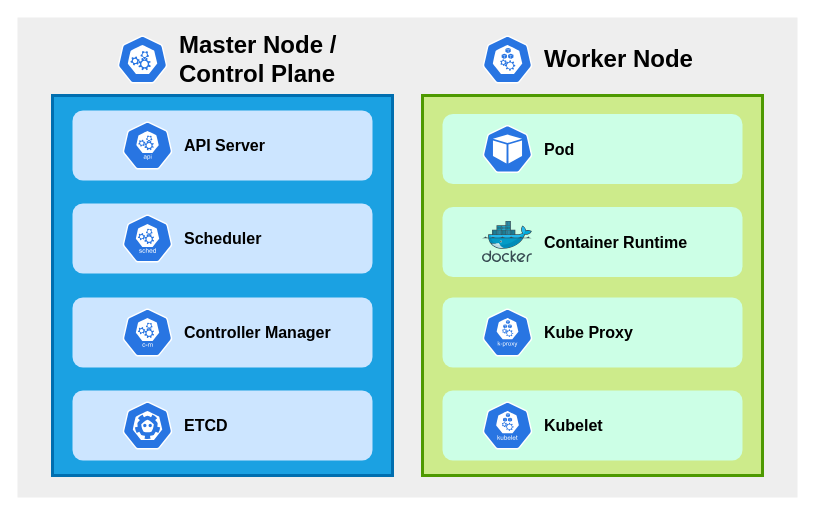
Earlier version of the draw.io diagram page "Basic Architecture" (1 of 2) of docs/03-containerization/03-k8s-for-dummies/01-k8s-architecture/k8s-architecture.drawio (Ouch1978/ouch1978.github.io). Source tidied: cells renumbered, new cells numbered last; positions are measured from the earlier drawing's top-left corner, leaving out a move shared by most shapes. Both pictures are drawn from the tidied source at 100%, with x=0, y=0 at pixel (17, 17).
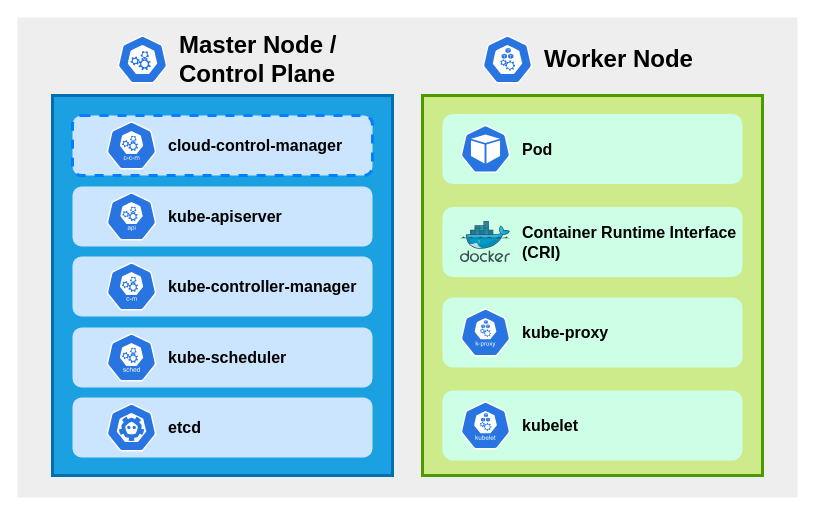
Above is the later version.

Diff of the diagram source:
```diff
@@
-    <mxCell id="7" style="rounded=1;whiteSpace=wrap;html=1;strokeWidth=3;fontFamily=Tahoma;fontSize=16;fontColor=#FFFFFF;fillColor=#CCE5FF;strokeColor=none;" parent="1" vertex="1">
-      <mxGeometry x="55" y="373" width="300" height="70" as="geometry" />
-    </mxCell>
-    <mxCell id="8" style="rounded=1;whiteSpace=wrap;html=1;strokeWidth=3;fontFamily=Tahoma;fontSize=16;fontColor=#FFFFFF;fillColor=#CCE5FF;strokeColor=none;" parent="1" vertex="1">
-      <mxGeometry x="55" y="280" width="300" height="70" as="geometry" />
-    </mxCell>
-    <mxCell id="9" style="rounded=1;whiteSpace=wrap;html=1;strokeWidth=3;fontFamily=Tahoma;fontSize=16;fontColor=#FFFFFF;fillColor=#CCE5FF;strokeColor=none;" parent="1" vertex="1">
-      <mxGeometry x="55" y="186" width="300" height="70" as="geometry" />
-    </mxCell>
-    <mxCell id="10" style="rounded=1;whiteSpace=wrap;html=1;strokeWidth=3;fontFamily=Tahoma;fontSize=16;fontColor=#FFFFFF;fillColor=#CCE5FF;strokeColor=none;" parent="1" vertex="1">
-      <mxGeometry x="55" y="93" width="300" height="70" as="geometry" />
-    </mxCell>
-    <mxCell id="11" value="API Server" style="html=1;dashed=0;whitespace=wrap;fillColor=#2875E2;strokeColor=#ffffff;verticalLabelPosition=middle;align=left;verticalAlign=middle;shape=mxgraph.kubernetes.icon;prIcon=api;fontSize=16;fontStyle=1;labelPosition=right;spacingLeft=10;" parent="1" vertex="1">
-      <mxGeometry x="105" y="104" width="50" height="48" as="geometry" />
-    </mxCell>
-    <mxCell id="12" value="ETCD" style="html=1;dashed=0;whitespace=wrap;fillColor=#2875E2;strokeColor=#ffffff;verticalLabelPosition=middle;align=left;verticalAlign=middle;shape=mxgraph.kubernetes.icon;prIcon=etcd;fontSize=16;fontStyle=1;labelPosition=right;spacingLeft=10;" parent="1" vertex="1">
-      <mxGeometry x="105" y="384" width="50" height="48" as="geometry" />
-    </mxCell>
-    <mxCell id="13" value="Scheduler" style="html=1;dashed=0;whitespace=wrap;fillColor=#2875E2;strokeColor=#ffffff;verticalLabelPosition=middle;align=left;verticalAlign=middle;shape=mxgraph.kubernetes.icon;prIcon=sched;fontSize=16;fontStyle=1;labelPosition=right;spacingLeft=10;" parent="1" vertex="1">
-      <mxGeometry x="105" y="197" width="50" height="48" as="geometry" />
-    </mxCell>
-    <mxCell id="14" value="Controller Manager" style="html=1;dashed=0;whitespace=wrap;fillColor=#2875E2;strokeColor=#ffffff;verticalLabelPosition=middle;align=left;verticalAlign=middle;shape=mxgraph.kubernetes.icon;prIcon=c_m;fontSize=16;fontStyle=1;labelPosition=right;spacingLeft=10;" parent="1" vertex="1">
-      <mxGeometry x="105" y="291" width="50" height="48" as="geometry" />
-    </mxCell>
@@
-    <mxCell id="16" value="Kubelet" style="html=1;dashed=0;whitespace=wrap;fillColor=#2875E2;strokeColor=#ffffff;verticalLabelPosition=middle;align=left;verticalAlign=middle;shape=mxgraph.kubernetes.icon;prIcon=kubelet;fontSize=16;fontStyle=1;labelPosition=right;spacingLeft=10;" parent="1" vertex="1">
-      <mxGeometry x="465" y="384" width="50" height="48" as="geometry" />
+    <mxCell id="16" value="kubelet" style="html=1;dashed=0;whitespace=wrap;fillColor=#2875E2;strokeColor=#ffffff;verticalLabelPosition=middle;align=left;verticalAlign=middle;shape=mxgraph.kubernetes.icon;prIcon=kubelet;fontSize=16;fontStyle=1;labelPosition=right;spacingLeft=10;" parent="1" vertex="1">
+      <mxGeometry x="443" y="384" width="50" height="48" as="geometry" />
     </mxCell>
@@
-    <mxCell id="20" value="Kube Proxy" style="html=1;dashed=0;whitespace=wrap;fillColor=#2875E2;strokeColor=#ffffff;verticalLabelPosition=middle;align=left;verticalAlign=middle;shape=mxgraph.kubernetes.icon;prIcon=k_proxy;fontSize=16;fontStyle=1;labelPosition=right;spacingLeft=10;" parent="1" vertex="1">
-      <mxGeometry x="465" y="291" width="50" height="48" as="geometry" />
+    <mxCell id="20" value="kube-proxy" style="html=1;dashed=0;whitespace=wrap;fillColor=#2875E2;strokeColor=#ffffff;verticalLabelPosition=middle;align=left;verticalAlign=middle;shape=mxgraph.kubernetes.icon;prIcon=k_proxy;fontSize=16;fontStyle=1;labelPosition=right;spacingLeft=10;" parent="1" vertex="1">
+      <mxGeometry x="443" y="291" width="50" height="48" as="geometry" />
     </mxCell>
     <mxCell id="21" value="Pod" style="html=1;dashed=0;whitespace=wrap;fillColor=#2875E2;strokeColor=#ffffff;verticalLabelPosition=middle;align=left;verticalAlign=middle;shape=mxgraph.kubernetes.icon;prIcon=pod;fontSize=16;fontStyle=1;labelPosition=right;spacing=2;spacingLeft=10;" parent="1" vertex="1">
-      <mxGeometry x="465" y="107.5" width="50" height="48" as="geometry" />
+      <mxGeometry x="443" y="107.5" width="50" height="48" as="geometry" />
     </mxCell>
-    <mxCell id="22" value="Container Runtime" style="html=1;align=left;image;fontSize=16;image=img/lib/mscae/Docker.svg;strokeWidth=3;fontFamily=Helvetica;fontColor=#000000;fillColor=#CCFFE6;labelPosition=right;verticalLabelPosition=middle;verticalAlign=middle;fontStyle=1;labelBackgroundColor=none;spacing=2;spacingLeft=10;" parent="1" vertex="1">
-      <mxGeometry x="465" y="204" width="50" height="41" as="geometry" />
+    <mxCell id="22" value="Container Runtime Interface&lt;br&gt;(CRI)" style="html=1;align=left;image;fontSize=16;image=img/lib/mscae/Docker.svg;strokeWidth=3;fontFamily=Helvetica;fontColor=#000000;fillColor=#CCFFE6;labelPosition=right;verticalLabelPosition=middle;verticalAlign=middle;fontStyle=1;labelBackgroundColor=none;spacing=2;spacingLeft=10;" parent="1" vertex="1">
+      <mxGeometry x="443" y="204" width="50" height="41" as="geometry" />
     </mxCell>
+    <mxCell id="23" style="group;" parent="1" vertex="1">
+      <mxGeometry x="55" y="239" width="300" height="60" as="geometry" />
+    </mxCell>
+    <mxCell id="8" style="rounded=1;whiteSpace=wrap;html=1;strokeWidth=3;fontFamily=Tahoma;fontSize=16;fontColor=#FFFFFF;fillColor=#CCE5FF;strokeColor=none;" parent="23" vertex="1">
+      <mxGeometry width="300" height="60" as="geometry" />
+    </mxCell>
+    <mxCell id="14" value="kube-controller-manager" style="html=1;dashed=0;whitespace=wrap;fillColor=#2875E2;strokeColor=#ffffff;verticalLabelPosition=middle;align=left;verticalAlign=middle;shape=mxgraph.kubernetes.icon;prIcon=c_m;fontSize=16;fontStyle=1;labelPosition=right;spacingLeft=10;" parent="23" vertex="1">
+      <mxGeometry x="34" y="6" width="50" height="48" as="geometry" />
+    </mxCell>
+    <mxCell id="24" style="group;" parent="1" vertex="1">
+      <mxGeometry x="55" y="380" width="300" height="60" as="geometry" />
+    </mxCell>
+    <mxCell id="7" style="rounded=1;whiteSpace=wrap;html=1;strokeWidth=3;fontFamily=Tahoma;fontSize=16;fontColor=#FFFFFF;fillColor=#CCE5FF;strokeColor=none;" parent="24" vertex="1">
+      <mxGeometry width="300" height="60" as="geometry" />
+    </mxCell>
+    <mxCell id="12" value="etcd" style="html=1;dashed=0;whitespace=wrap;fillColor=#2875E2;strokeColor=#ffffff;verticalLabelPosition=middle;align=left;verticalAlign=middle;shape=mxgraph.kubernetes.icon;prIcon=etcd;fontSize=16;fontStyle=1;labelPosition=right;spacingLeft=10;" parent="24" vertex="1">
+      <mxGeometry x="34" y="6" width="50" height="48" as="geometry" />
+    </mxCell>
+    <mxCell id="25" style="group;" parent="24" vertex="1">
+      <mxGeometry y="-70" width="300" height="60" as="geometry" />
+    </mxCell>
+    <mxCell id="26" style="rounded=1;whiteSpace=wrap;html=1;strokeWidth=3;fontFamily=Tahoma;fontSize=16;fontColor=#FFFFFF;fillColor=#CCE5FF;strokeColor=none;" parent="25" vertex="1">
+      <mxGeometry width="300" height="60" as="geometry" />
+    </mxCell>
+    <mxCell id="27" value="kube-scheduler" style="html=1;dashed=0;whitespace=wrap;fillColor=#2875E2;strokeColor=#ffffff;verticalLabelPosition=middle;align=left;verticalAlign=middle;shape=mxgraph.kubernetes.icon;prIcon=sched;fontSize=16;fontStyle=1;labelPosition=right;spacingLeft=10;" parent="25" vertex="1">
+      <mxGeometry x="34" y="6" width="50" height="48" as="geometry" />
+    </mxCell>
+    <mxCell id="28" style="group;" parent="1" vertex="1">
+      <mxGeometry x="55" y="169" width="300" height="60" as="geometry" />
+    </mxCell>
+    <mxCell id="29" style="rounded=1;whiteSpace=wrap;html=1;strokeWidth=3;fontFamily=Tahoma;fontSize=16;fontColor=#FFFFFF;fillColor=#CCE5FF;strokeColor=none;" parent="28" vertex="1">
+      <mxGeometry width="300" height="60" as="geometry" />
+    </mxCell>
+    <mxCell id="30" value="kube-apiserver" style="html=1;dashed=0;whitespace=wrap;fillColor=#2875E2;strokeColor=#ffffff;verticalLabelPosition=middle;align=left;verticalAlign=middle;shape=mxgraph.kubernetes.icon;prIcon=api;fontSize=16;fontStyle=1;labelPosition=right;spacingLeft=10;" parent="28" vertex="1">
+      <mxGeometry x="34" y="6" width="50" height="48" as="geometry" />
+    </mxCell>
+    <mxCell id="31" style="group;" parent="1" vertex="1">
+      <mxGeometry x="55" y="98" width="300" height="60" as="geometry" />
+    </mxCell>
+    <mxCell id="10" style="rounded=1;whiteSpace=wrap;html=1;strokeWidth=3;fontFamily=Tahoma;fontSize=16;fontColor=#FFFFFF;fillColor=#CCE5FF;strokeColor=#007FFF;dashed=1;perimeterSpacing=0;" parent="31" vertex="1">
+      <mxGeometry width="300" height="60" as="geometry" />
+    </mxCell>
+    <mxCell id="32" value="cloud-control-manager" style="sketch=0;html=1;dashed=0;whitespace=wrap;fillColor=#2875E2;strokeColor=#ffffff;verticalLabelPosition=middle;align=left;verticalAlign=middle;shape=mxgraph.kubernetes.icon;prIcon=c_c_m;strokeWidth=15;fontColor=#000000;fontSize=16;fontStyle=1;labelPosition=right;spacingLeft=10;" parent="31" vertex="1">
+      <mxGeometry x="34" y="6" width="50" height="48" as="geometry" />
+    </mxCell>
```
